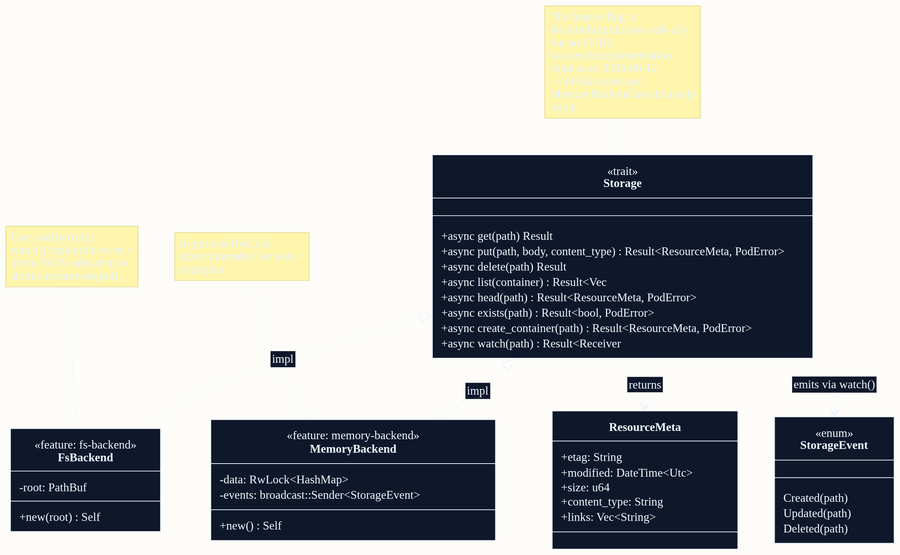
Before: crates/solid-pod-rs/docs/diagrams/rendered/08-storage-trait.png, a diagram exported from Mermaid (DreamLab-AI/solid-pod-rs). Its source is kept beside it as crates/solid-pod-rs/docs/diagrams/src/08-storage-trait.mmd. Source of this version:
```mermaid
%%{init: {'theme':'base','themeVariables':{
  'primaryColor':'#0f172a','primaryTextColor':'#E8F4FC','primaryBorderColor':'#E8F4FC',
  'lineColor':'#E8F4FC','background':'transparent','mainBkg':'#0f172a',
  'classText':'#E8F4FC','fontFamily':'ui-sans-serif, system-ui, sans-serif'
}}}%%
classDiagram
  direction TB

  class Storage {
    <<trait>>
    +async get(path) Result~(Bytes, ResourceMeta), PodError~
    +async put(path, body, content_type) Result~ResourceMeta, PodError~
    +async delete(path) Result~(), PodError~
    +async list(container) Result~Vec~String~, PodError~
    +async head(path) Result~ResourceMeta, PodError~
    +async exists(path) Result~bool, PodError~
    +async create_container(path) Result~ResourceMeta, PodError~
    +async watch(path) Result~Receiver~StorageEvent~, PodError~
  }

  class ResourceMeta {
    +etag: String
    +modified: DateTime~Utc~
    +size: u64
    +content_type: String
    +links: Vec~String~
  }

  class StorageEvent {
    <<enum>>
    Created(path)
    Updated(path)
    Deleted(path)
  }

  class FsBackend {
    <<feature: fs-backend>>
    -root: PathBuf
    +new(root) Self
  }

  class MemoryBackend {
    <<feature: memory-backend>>
    -data: RwLock~HashMap~
    -events: broadcast::Sender~StorageEvent~
    +new() Self
  }

  Storage <|.. FsBackend          : impl
  Storage <|.. MemoryBackend      : impl

  Storage ..> ResourceMeta        : returns
  Storage ..> StorageEvent        : emits via watch()

  note for Storage "The `s3-backend` feature flag is declared\n(pulls aws-sdk-s3) but no S3/R2 backend\nimplementation ships as of 2026-06-12 —\nFsBackend and MemoryBackend are the\nonly impls."
  note for FsBackend "Uses notify(6) for watch();\nplain fs::write + .meta JSON sidecar\n(no atomic rename-on-put)."
  note for MemoryBackend "In-process RwLock store;\nintended for tests + examples."
```
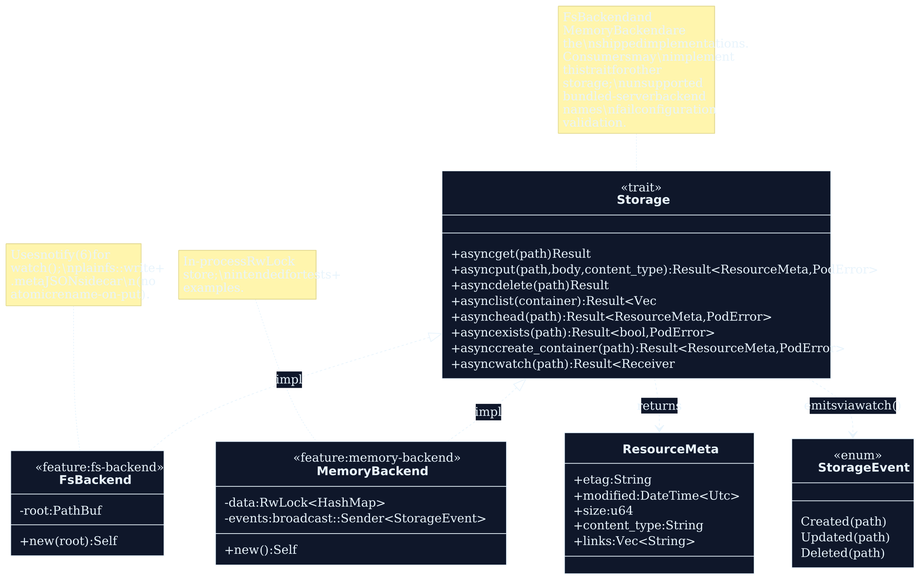
The same file after the commit.

What changed in the source:
```diff
@@ -52,6 +52,6 @@
   Storage ..> ResourceMeta        : returns
   Storage ..> StorageEvent        : emits via watch()
 
-  note for Storage "The `s3-backend` feature flag is declared\n(pulls aws-sdk-s3) but no S3/R2 backend\nimplementation ships as of 2026-06-12 —\nFsBackend and MemoryBackend are the\nonly impls."
+  note for Storage "FsBackend and MemoryBackend are the\nshipped implementations. Consumers may\nimplement this trait for other storage;\nunsupported bundled-server backend names\nfail configuration validation."
   note for FsBackend "Uses notify(6) for watch();\nplain fs::write + .meta JSON sidecar\n(no atomic rename-on-put)."
   note for MemoryBackend "In-process RwLock store;\nintended for tests + examples."
```
